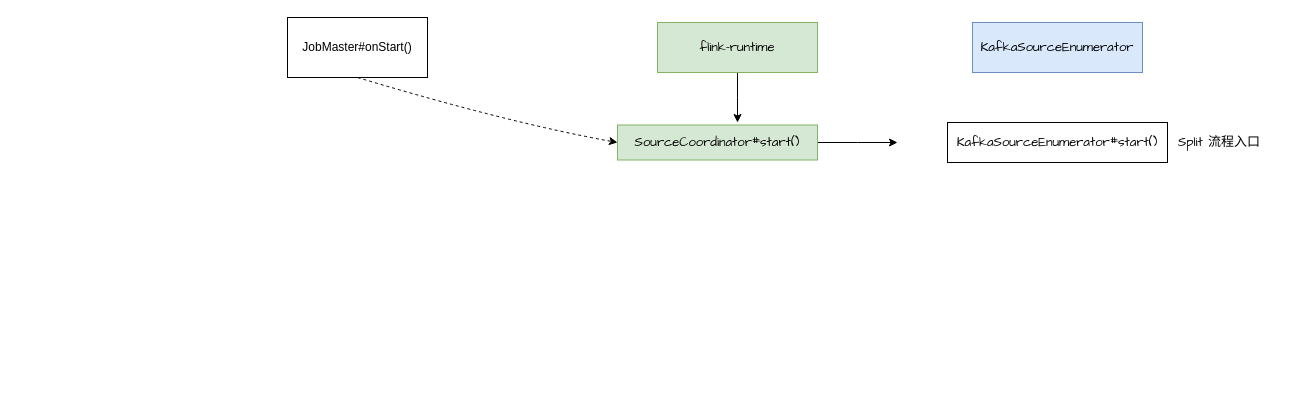
This is Drawio/Flink Kafka Source.drawio from xinzhuxiansheng/blog-notes, a draw.io file, before an edit. Source tidied: cells renumbered, new cells numbered last; positions are measured from the earlier drawing's top-left corner, leaving out a move shared by most shapes. Both pictures are drawn from the tidied source at 100%, with x=0, y=0 at pixel (287, 17).
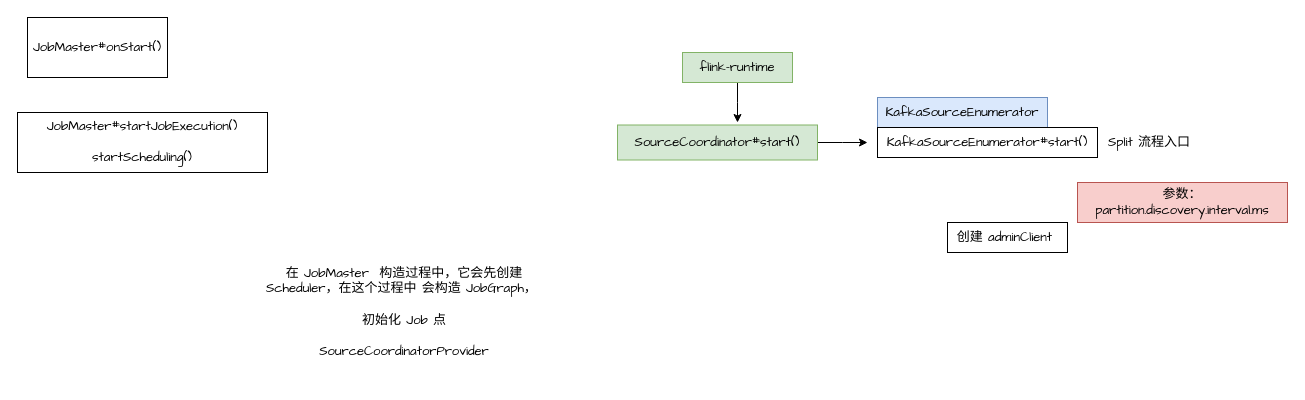
The same page after the edit.

Diff of the diagram source:
```diff
@@
 <mxGraphModel>
   <root>
     <mxCell id="0" />
     <mxCell id="1" parent="0" />
     <mxCell id="2" value="KafkaSourceEnumerator" style="rounded=0;whiteSpace=wrap;html=1;fontFamily=Comic Sans MS;fontSize=13;fillColor=#dae8fc;strokeColor=#6c8ebf;" parent="1" vertex="1">
-      <mxGeometry x="685" y="5" width="170" height="50" as="geometry" />
+      <mxGeometry x="590" y="80" width="170" height="30" as="geometry" />
     </mxCell>
     <mxCell id="3" value="&lt;span style=&quot;font-size: 13px;&quot;&gt;KafkaSourceEnumerator#start()&lt;/span&gt;" style="rounded=0;whiteSpace=wrap;html=1;fontFamily=Comic Sans MS;fontSize=13;" parent="1" vertex="1">
-      <mxGeometry x="660" y="105" width="220" height="40" as="geometry" />
+      <mxGeometry x="590" y="110" width="220" height="30" as="geometry" />
     </mxCell>
     <mxCell id="4" value="Split 流程入口" style="text;html=1;align=center;verticalAlign=middle;whiteSpace=wrap;rounded=0;fontFamily=Comic Sans MS;fontSize=13;" parent="1" vertex="1">
-      <mxGeometry x="884" y="110" width="96" height="30" as="geometry" />
+      <mxGeometry x="814" y="110" width="96" height="30" as="geometry" />
     </mxCell>
-    <mxCell id="5" style="edgeStyle=orthogonalEdgeStyle;rounded=0;jettySize=auto;html=1;" parent="1" edge="1" source="6">
+    <mxCell id="5" style="edgeStyle=orthogonalEdgeStyle;rounded=0;jettySize=auto;html=1;fontFamily=Comic Sans MS;fontSize=13;" parent="1" edge="1" source="6">
       <mxGeometry relative="1" as="geometry">
         <mxPoint x="450" y="105" as="targetPoint" />
       </mxGeometry>
     </mxCell>
     <mxCell id="6" value="&lt;div style=&quot;font-size: 13px;&quot;&gt;&lt;div style=&quot;font-size: 13px;&quot;&gt;flink-runtime&lt;/div&gt;&lt;/div&gt;" style="rounded=0;whiteSpace=wrap;html=1;labelBackgroundColor=none;fillColor=#d5e8d4;strokeColor=#82b366;fontFamily=Comic Sans MS;fontSize=13;" parent="1" vertex="1">
-      <mxGeometry x="370" y="5" width="160" height="50" as="geometry" />
+      <mxGeometry x="395" y="35" width="110" height="30" as="geometry" />
     </mxCell>
-    <mxCell id="7" style="edgeStyle=orthogonalEdgeStyle;rounded=0;jettySize=auto;html=1;" parent="1" edge="1" source="8">
+    <mxCell id="7" style="edgeStyle=orthogonalEdgeStyle;rounded=0;jettySize=auto;html=1;fontFamily=Comic Sans MS;fontSize=13;" parent="1" edge="1" source="8">
       <mxGeometry relative="1" as="geometry">
-        <mxPoint x="610" y="125" as="targetPoint" />
+        <mxPoint x="580" y="125" as="targetPoint" />
       </mxGeometry>
     </mxCell>
     <mxCell id="8" value="&lt;div style=&quot;font-size: 13px;&quot;&gt;&lt;div style=&quot;font-size: 13px;&quot;&gt;&lt;div style=&quot;font-size: 13px;&quot;&gt;&lt;div style=&quot;font-size: 13px;&quot;&gt;SourceCoordinator#start&lt;span style=&quot;font-size: 13px; white-space: normal;&quot;&gt;()&lt;/span&gt;&lt;/div&gt;&lt;/div&gt;&lt;/div&gt;&lt;/div&gt;" style="rounded=0;whiteSpace=wrap;html=1;labelBackgroundColor=none;fillColor=#d5e8d4;strokeColor=#82b366;fontFamily=Comic Sans MS;fontSize=13;" parent="1" vertex="1">
       <mxGeometry x="330" y="107.5" width="200" height="35" as="geometry" />
     </mxCell>
-    <mxCell id="9" value="JobMaster#onStart()" style="rounded=0;whiteSpace=wrap;html=1;" parent="1" vertex="1">
-      <mxGeometry width="140" height="60" as="geometry" />
+    <mxCell id="9" value="JobMaster#onStart()" style="rounded=0;whiteSpace=wrap;html=1;fontFamily=Comic Sans MS;fontSize=13;" parent="1" vertex="1">
+      <mxGeometry x="-260" width="140" height="60" as="geometry" />
     </mxCell>
-    <mxCell id="10" style="curved=1;endArrow=classic;html=1;rounded=0;exitX=0.5;exitY=1;exitDx=0;exitDy=0;entryX=0;entryY=0.5;entryDx=0;entryDy=0;dashed=1;" parent="1" edge="1" source="9" target="8">
-      <mxGeometry relative="1" as="geometry">
-        <Array as="points">
-          <mxPoint x="220" y="105" />
-        </Array>
-      </mxGeometry>
-    </mxCell>
+    <mxCell id="11" value="在 JobMaster&amp;nbsp; 构造过程中，它会先创建 Scheduler，在这个过程中 会构造 JobGraph，&amp;nbsp;&lt;br style=&quot;font-size: 13px;&quot;&gt;&lt;br style=&quot;font-size: 13px;&quot;&gt;初始化 Job 点&lt;div style=&quot;font-size: 13px;&quot;&gt;&lt;br style=&quot;font-size: 13px;&quot;&gt;&lt;/div&gt;&lt;div style=&quot;font-size: 13px;&quot;&gt;SourceCoordinatorProvider&lt;/div&gt;" style="text;html=1;align=center;verticalAlign=middle;whiteSpace=wrap;rounded=0;fontFamily=Comic Sans MS;fontSize=13;" parent="1" vertex="1">
+      <mxGeometry x="-40" y="225" width="314" height="140" as="geometry" />
+    </mxCell>
+    <mxCell id="12" value="JobMaster#startJobExecution()&lt;div style=&quot;font-size: 13px;&quot;&gt;&lt;br style=&quot;font-size: 13px;&quot;&gt;&lt;/div&gt;&lt;div style=&quot;font-size: 13px;&quot;&gt;startScheduling()&lt;/div&gt;" style="rounded=0;whiteSpace=wrap;html=1;fontFamily=Comic Sans MS;fontSize=13;" parent="1" vertex="1">
+      <mxGeometry x="-270" y="95" width="250" height="60" as="geometry" />
+    </mxCell>
+    <mxCell id="13" value="创建 adminClient&amp;nbsp;" style="rounded=0;whiteSpace=wrap;html=1;fontFamily=Comic Sans MS;fontSize=13;" parent="1" vertex="1">
+      <mxGeometry x="660" y="205" width="120" height="30" as="geometry" />
+    </mxCell>
+    <mxCell id="14" value="&lt;div style=&quot;font-size: 13px;&quot;&gt;&lt;div style=&quot;font-size: 13px;&quot;&gt;&lt;span style=&quot;font-size: 13px;&quot;&gt;参数：partition.discovery.interval.ms&lt;/span&gt;&lt;/div&gt;&lt;/div&gt;" style="rounded=0;whiteSpace=wrap;html=1;labelBackgroundColor=none;fontFamily=Comic Sans MS;fontSize=13;fillColor=#f8cecc;strokeColor=#b85450;" parent="1" vertex="1">
+      <mxGeometry x="790" y="165" width="210" height="40" as="geometry" />
+    </mxCell>
   </root>
 </mxGraphModel>
```
